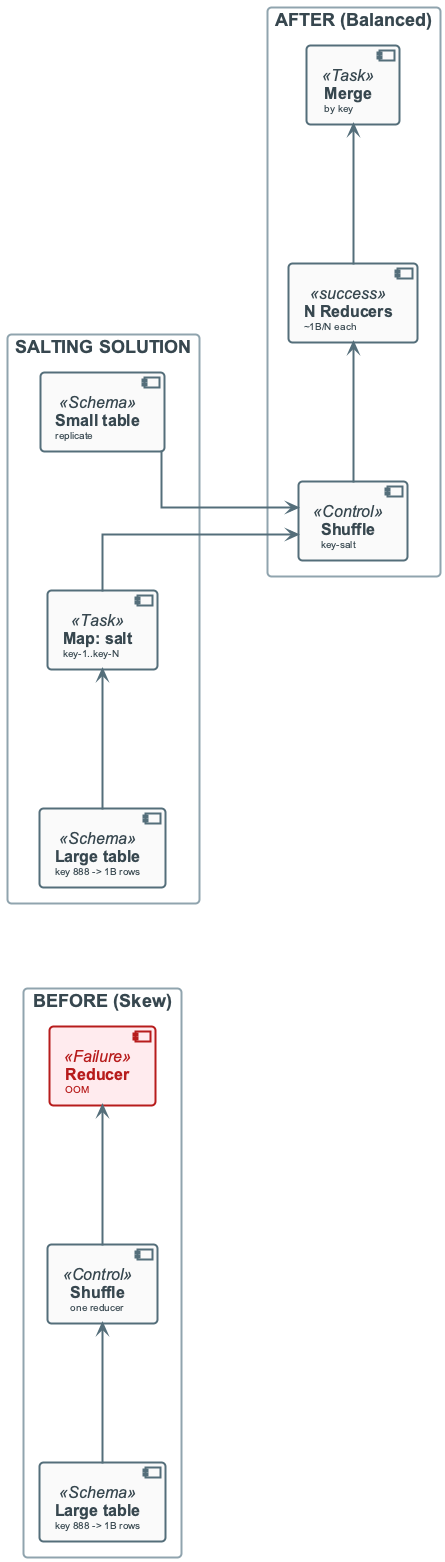
Before: diagrams/week03/week3_practice_slide18_skew_mitigation.png, a diagram exported from PlantUML (OrPerets/data-engineering-course).
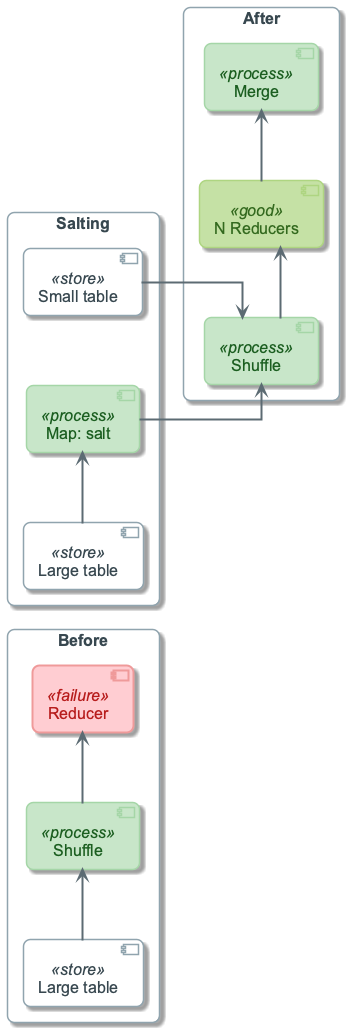
Later version of the same file.

Diff of the diagram source:
```diff
@@ -1,28 +1,32 @@
 @startuml
 !include ../_template_styles.puml
+!include _week3_visual_style.puml
+
 left to right direction
+skinparam nodesep 70
+skinparam ranksep 55
 
-rectangle "BEFORE (Skew)" #FFFFFF {
-    component "**Large table**\n<size:10>key 888 -> 1B rows</size>" as LARGE1 <<Schema>>
-    component "**Shuffle**\n<size:10>one reducer</size>" as SHUFFLE1 <<Control>>
-    component "**Reducer**\n<size:10>OOM</size>" as REDUCE1 <<Failure>>
-    LARGE1 -right-> SHUFFLE1
-    SHUFFLE1 -right-> REDUCE1
+rectangle "Before" as BEF {
+  component "Large table" as LARGE1 <<store>>
+  component "Shuffle" as SHUFFLE1 <<process>>
+  component "Reducer" as REDUCE1 <<failure>>
+  LARGE1 -right-> SHUFFLE1
+  SHUFFLE1 -right-> REDUCE1
 }
 
-rectangle "SALTING SOLUTION" #FFFFFF {
-    component "**Large table**\n<size:10>key 888 -> 1B rows</size>" as LARGE2 <<Schema>>
-    component "**Map: salt**\n<size:10>key-1..key-N</size>" as SALT <<Task>>
-    component "**Small table**\n<size:10>replicate</size>" as REPL <<Schema>>
-    LARGE2 -right-> SALT
+rectangle "Salting" as MID {
+  component "Large table" as LARGE2 <<store>>
+  component "Map: salt" as SALT <<process>>
+  component "Small table" as REPL <<store>>
+  LARGE2 -right-> SALT
 }
 
-rectangle "AFTER (Balanced)" #FFFFFF {
-    component "**Shuffle**\n<size:10>key-salt</size>" as SHUFFLE2 <<Control>>
-    component "**N Reducers**\n<size:10>~1B/N each</size>" as REDUCE2 <<success>>
-    component "**Merge**\n<size:10>by key</size>" as MERGE <<Task>>
-    SHUFFLE2 -right-> REDUCE2
-    REDUCE2 -right-> MERGE
+rectangle "After" as AFT {
+  component "Shuffle" as SHUFFLE2 <<process>>
+  component "N Reducers" as REDUCE2 <<good>>
+  component "Merge" as MERGE <<process>>
+  SHUFFLE2 -right-> REDUCE2
+  REDUCE2 -right-> MERGE
 }
 
 SALT -down-> SHUFFLE2
```
